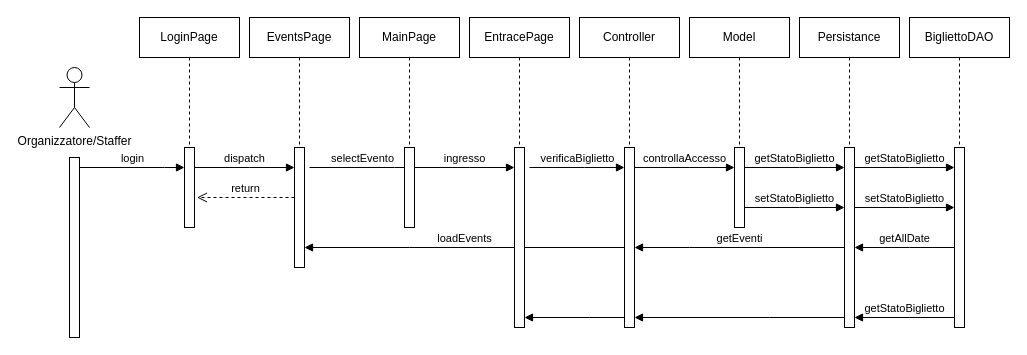
Above: Documentazione/Diagrammi/Draw.io/6 - Diagramma di Sequenza - Banco Ingresso.drawio in IngSW-unipv/Progetto-H25 (draw.io), before the change. Source tidied: cells renumbered, new cells numbered last; positions are measured from the earlier drawing's top-left corner, leaving out a move shared by most shapes. Both pictures are drawn from the tidied source at 100%, with x=0, y=0 at pixel (59, 17).
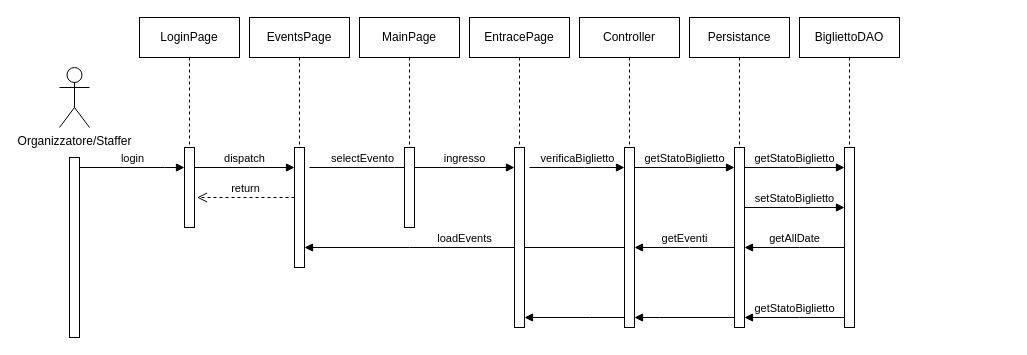
Above is the later version.

Unchanged cells that the change refers to:
```xml
<mxCell id="28" style="html=1;points=[[0,0,0,0,5],[0,1,0,0,-5],[1,0,0,0,5],[1,1,0,0,-5]];perimeter=orthogonalPerimeter;outlineConnect=0;targetShapes=umlLifeline;portConstraint=eastwest;newEdgeStyle={&quot;curved&quot;:0,&quot;rounded&quot;:0};" parent="26" vertex="1">
  <mxGeometry x="45" y="130" width="10" height="180" as="geometry" />
</mxCell>
<mxCell id="35" style="html=1;points=[[0,0,0,0,5],[0,1,0,0,-5],[1,0,0,0,5],[1,1,0,0,-5]];perimeter=orthogonalPerimeter;outlineConnect=0;targetShapes=umlLifeline;portConstraint=eastwest;newEdgeStyle={&quot;curved&quot;:0,&quot;rounded&quot;:0};" parent="33" vertex="1">
  <mxGeometry x="45" y="130" width="10" height="180" as="geometry" />
</mxCell>
```

The edit, as a diff of the source:
```diff
@@
-    <mxCell id="21" style="group;" parent="1" vertex="1">
-      <mxGeometry x="630" width="100" height="210" as="geometry" />
-    </mxCell>
-    <mxCell id="22" value="Model" style="shape=umlLifeline;perimeter=lifelinePerimeter;whiteSpace=wrap;html=1;newEdgeStyle={&quot;edgeStyle&quot;:&quot;elbowEdgeStyle&quot;,&quot;elbow&quot;:&quot;vertical&quot;,&quot;curved&quot;:0,&quot;rounded&quot;:0};" parent="21" vertex="1">
-      <mxGeometry width="100" height="210" as="geometry" />
-    </mxCell>
-    <mxCell id="23" style="html=1;perimeter=orthogonalPerimeter;targetShapes=umlLifeline;newEdgeStyle={&quot;curved&quot;:0,&quot;rounded&quot;:0};" parent="21" vertex="1">
-      <mxGeometry x="45" y="130" width="10" height="80" as="geometry" />
-    </mxCell>
-    <mxCell id="24" value="controllaAccesso" style="html=1;verticalAlign=bottom;endArrow=block;edgeStyle=elbowEdgeStyle;elbow=vertical;curved=0;rounded=0;" parent="21" edge="1">
-      <mxGeometry relative="1" as="geometry">
-        <mxPoint x="-55" y="150" as="sourcePoint" />
-        <mxPoint x="45" y="150" as="targetPoint" />
-        <Array as="points">
-          <mxPoint y="150" />
-        </Array>
-      </mxGeometry>
-    </mxCell>
-    <mxCell id="25" value="setStatoBiglietto" style="html=1;verticalAlign=bottom;endArrow=block;edgeStyle=elbowEdgeStyle;elbow=vertical;curved=0;rounded=0;" parent="21" edge="1">
-      <mxGeometry relative="1" as="geometry">
-        <mxPoint x="55" y="190" as="sourcePoint" />
-        <mxPoint x="155" y="190" as="targetPoint" />
-        <Array as="points">
-          <mxPoint x="110" y="190" />
-        </Array>
-      </mxGeometry>
-    </mxCell>
     <mxCell id="26" style="group;" parent="1" vertex="1">
-      <mxGeometry x="740" width="100" height="310" as="geometry" />
+      <mxGeometry x="630" width="100" height="310" as="geometry" />
     </mxCell>
@@
     <mxCell id="33" style="group;" parent="1" vertex="1">
-      <mxGeometry x="850" width="100" height="310" as="geometry" />
+      <mxGeometry x="740" width="100" height="310" as="geometry" />
     </mxCell>
@@
     <mxCell id="39" value="getAllDate" style="html=1;verticalAlign=bottom;endArrow=block;edgeStyle=elbowEdgeStyle;elbow=vertical;curved=0;rounded=0;" parent="1" edge="1" source="35" target="28">
       <mxGeometry relative="1" as="geometry">
         <Array as="points">
-          <mxPoint x="850" y="230" />
+          <mxPoint x="740" y="230" />
         </Array>
       </mxGeometry>
     </mxCell>
```
